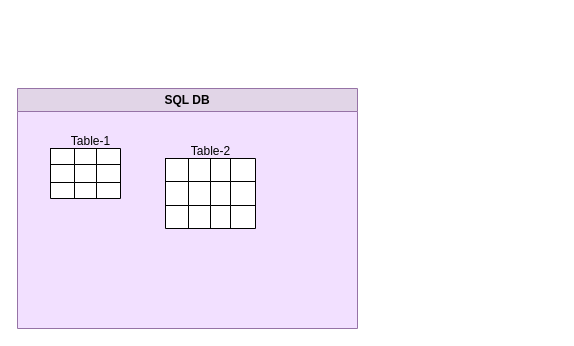
This is page "SQL" (1 of 6) of all.drawio from abhi3700/My_Learning_Databases, a draw.io file, before an edit. Source tidied: cells renumbered, new cells numbered last; positions are measured from the earlier drawing's top-left corner, leaving out a move shared by most shapes. Both pictures are drawn from the tidied source at 100%, with x=0, y=0 at pixel (17, 88).
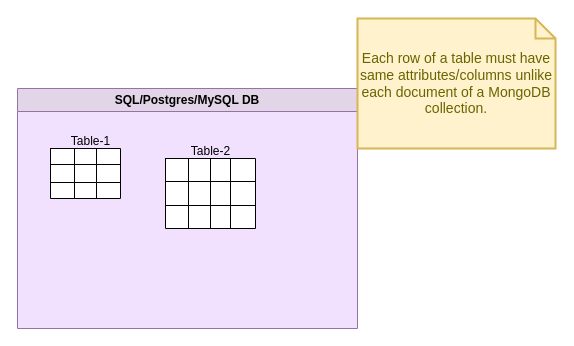
The same page after the edit.

Commit message (it also covers changes not shown here):
Add comparo b/w mongodb and SQL db

Diff of the diagram source:
```diff
@@
-    <mxCell id="2" value="SQL DB" style="swimlane;whiteSpace=wrap;html=1;fillColor=#e1d5e7;strokeColor=#9673a6;swimlaneFillColor=#F2E0FF;" parent="1" vertex="1">
+    <mxCell id="2" value="SQL/Postgres/MySQL DB" style="swimlane;whiteSpace=wrap;html=1;fillColor=#e1d5e7;strokeColor=#9673a6;swimlaneFillColor=#F2E0FF;" parent="1" vertex="1">
       <mxGeometry width="340" height="240" as="geometry" />
     </mxCell>
@@
+    <mxCell id="34" value="Each row of a table must have same attributes/columns unlike each document of a MongoDB collection." style="shape=note;strokeWidth=2;fontSize=14;size=20;whiteSpace=wrap;html=1;fillColor=#fff2cc;strokeColor=#d6b656;fontColor=#666600;" parent="1" vertex="1">
+      <mxGeometry x="340" y="-70" width="198" height="130" as="geometry" />
+    </mxCell>
```
